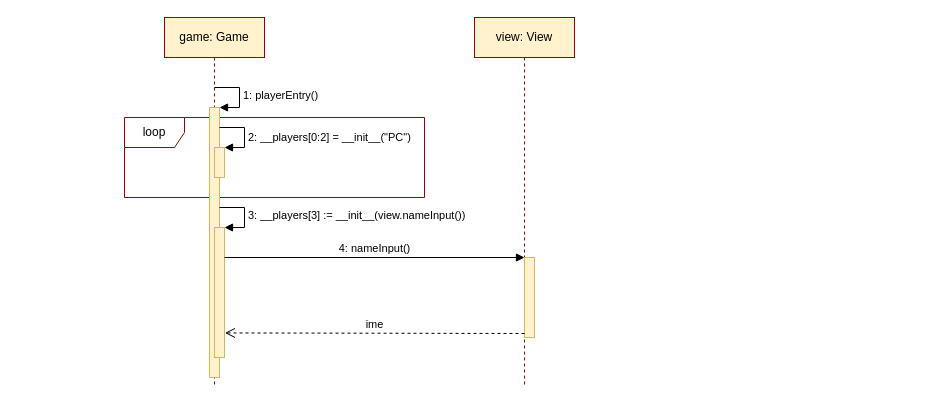
Above: page "Dijagram slijeda playerEntry" (14 of 17) of Dijagram.drawio in TheRealJoci/Tressette-Terminal-Card-Game (draw.io), before the change. Source tidied: cells renumbered, new cells numbered last; positions are measured from the earlier drawing's top-left corner, leaving out a move shared by most shapes. Both pictures are drawn from the tidied source at 100%, with x=0, y=0 at pixel (124, 17).
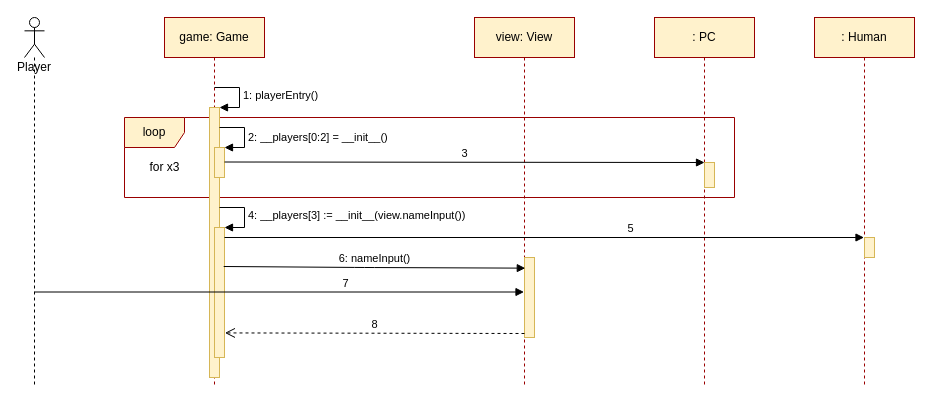
The same page after the edit.

The change refers to these unchanged cells:
```xml
<mxCell id="3" value="view: View" style="shape=umlLifeline;perimeter=lifelinePerimeter;whiteSpace=wrap;html=1;outlineConnect=0;fillColor=#fff2cc;strokeColor=#990000;" parent="1" vertex="1">
  <mxGeometry x="350" width="100" height="370" as="geometry" />
</mxCell>
<mxCell id="4" style="html=1;points=[];perimeter=orthogonalPerimeter;strokeColor=#d6b656;fillColor=#fff2cc;" parent="3" vertex="1">
  <mxGeometry x="50" y="240" width="10" height="80" as="geometry" />
</mxCell>
<mxCell id="7" style="html=1;points=[];perimeter=orthogonalPerimeter;strokeColor=#d6b656;fillColor=#fff2cc;" parent="1" vertex="1">
  <mxGeometry x="90" y="130" width="10" height="30" as="geometry" />
</mxCell>
<mxCell id="9" style="html=1;points=[];perimeter=orthogonalPerimeter;strokeColor=#d6b656;fillColor=#fff2cc;" parent="1" vertex="1">
  <mxGeometry x="90" y="210" width="10" height="130" as="geometry" />
</mxCell>
```

The edit, as a diff of the source:
```diff
@@
-    <mxCell id="2" value="loop" style="shape=umlFrame;whiteSpace=wrap;html=1;strokeColor=#990000;" parent="1" vertex="1">
-      <mxGeometry y="100" width="300" height="80" as="geometry" />
+    <mxCell id="2" value="loop" style="shape=umlFrame;whiteSpace=wrap;html=1;fillColor=#fff2cc;strokeColor=#990000;" parent="1" vertex="1">
+      <mxGeometry y="100" width="610" height="80" as="geometry" />
     </mxCell>
@@
-    <mxCell id="8" value="2: __players[0:2] = __init__(&quot;PC&quot;)" style="edgeStyle=orthogonalEdgeStyle;html=1;align=left;spacingLeft=2;endArrow=block;rounded=0;entryX=1;entryY=0;" parent="1" edge="1" target="7">
+    <mxCell id="8" value="2: __players[0:2] = __init__()" style="edgeStyle=orthogonalEdgeStyle;html=1;align=left;spacingLeft=2;endArrow=block;rounded=0;entryX=1;entryY=0;" parent="1" edge="1" target="7">
       <mxGeometry x="0.08" relative="1" as="geometry">
         <mxPoint x="95" y="110" as="sourcePoint" />
         <Array as="points">
           <mxPoint x="120" y="110" />
         </Array>
       </mxGeometry>
     </mxCell>
@@
-    <mxCell id="10" value="3: __players[3] := __init__(view.nameInput())" style="edgeStyle=orthogonalEdgeStyle;html=1;align=left;spacingLeft=2;endArrow=block;rounded=0;entryX=1;entryY=0;" parent="1" edge="1" target="9">
+    <mxCell id="10" value="4: __players[3] := __init__(view.nameInput())" style="edgeStyle=orthogonalEdgeStyle;html=1;align=left;spacingLeft=2;endArrow=block;rounded=0;entryX=1;entryY=0;" parent="1" edge="1" target="9">
       <mxGeometry relative="1" as="geometry">
         <mxPoint x="95" y="190" as="sourcePoint" />
         <Array as="points">
           <mxPoint x="120" y="190" />
         </Array>
       </mxGeometry>
     </mxCell>
@@
-    <mxCell id="12" value="4: nameInput()" style="html=1;verticalAlign=bottom;endArrow=block;entryX=0;entryY=0;strokeColor=#000000;" parent="1" edge="1" target="4">
+    <mxCell id="12" value="6: nameInput()" style="html=1;verticalAlign=bottom;endArrow=block;entryX=0.08;entryY=0.133;strokeColor=#000000;exitX=0.92;exitY=0.3;exitDx=0;exitDy=0;exitPerimeter=0;entryDx=0;entryDy=0;entryPerimeter=0;" parent="1" edge="1" source="9" target="4">
       <mxGeometry relative="1" as="geometry">
-        <mxPoint x="100" y="240" as="sourcePoint" />
+        <Array as="points">
+          <mxPoint x="240" y="250" />
+        </Array>
       </mxGeometry>
     </mxCell>
-    <mxCell id="13" value="ime" style="html=1;verticalAlign=bottom;endArrow=open;dashed=1;endSize=8;exitX=0;exitY=0.95;strokeColor=#000000;entryX=1.04;entryY=0.811;entryDx=0;entryDy=0;entryPerimeter=0;" parent="1" edge="1" source="4" target="9">
+    <mxCell id="13" value="8" style="html=1;verticalAlign=bottom;endArrow=open;dashed=1;endSize=8;exitX=0;exitY=0.95;strokeColor=#000000;entryX=1.04;entryY=0.811;entryDx=0;entryDy=0;entryPerimeter=0;" parent="1" edge="1" source="4" target="9">
       <mxGeometry relative="1" as="geometry" />
     </mxCell>
+    <mxCell id="14" value="Player" style="shape=umlLifeline;participant=umlActor;perimeter=lifelinePerimeter;whiteSpace=wrap;html=1;verticalAlign=top;spacingTop=36;size=40;" parent="1" vertex="1">
+      <mxGeometry x="-100" width="20" height="370" as="geometry" />
+    </mxCell>
+    <mxCell id="15" value="7" style="html=1;verticalAlign=bottom;endArrow=block;strokeColor=#000000;" parent="1" edge="1" target="3">
+      <mxGeometry x="0.27" relative="1" as="geometry">
+        <mxPoint x="-90" y="274.5" as="sourcePoint" />
+      </mxGeometry>
+    </mxCell>
+    <mxCell id="16" value=": PC" style="shape=umlLifeline;perimeter=lifelinePerimeter;whiteSpace=wrap;html=1;fillColor=#fff2cc;strokeColor=#990000;" parent="1" vertex="1">
+      <mxGeometry x="530" width="100" height="370" as="geometry" />
+    </mxCell>
+    <mxCell id="17" style="html=1;perimeter=orthogonalPerimeter;strokeColor=#d6b656;fillColor=#fff2cc;" parent="16" vertex="1">
+      <mxGeometry x="50" y="145" width="10" height="25" as="geometry" />
+    </mxCell>
+    <mxCell id="18" value=": Human" style="shape=umlLifeline;perimeter=lifelinePerimeter;whiteSpace=wrap;html=1;outlineConnect=0;fillColor=#fff2cc;strokeColor=#990000;" parent="1" vertex="1">
+      <mxGeometry x="690" width="100" height="370" as="geometry" />
+    </mxCell>
+    <mxCell id="19" style="html=1;perimeter=orthogonalPerimeter;strokeColor=#d6b656;fillColor=#fff2cc;" parent="18" vertex="1">
+      <mxGeometry x="50" y="220" width="10" height="20" as="geometry" />
+    </mxCell>
+    <mxCell id="20" value="3" style="html=1;verticalAlign=bottom;endArrow=block;strokeColor=#000000;" parent="1" edge="1">
+      <mxGeometry relative="1" as="geometry">
+        <mxPoint x="100" y="144.5" as="sourcePoint" />
+        <mxPoint x="580" y="145" as="targetPoint" />
+      </mxGeometry>
+    </mxCell>
+    <mxCell id="21" value="5" style="html=1;verticalAlign=bottom;endArrow=block;strokeColor=#000000;" parent="1" edge="1" target="18">
+      <mxGeometry x="0.27" relative="1" as="geometry">
+        <mxPoint x="100" y="220" as="sourcePoint" />
+      </mxGeometry>
+    </mxCell>
+    <mxCell id="22" value="for x3" style="text;html=1;align=center;verticalAlign=middle;" parent="1" vertex="1">
+      <mxGeometry x="15" y="140" width="50" height="20" as="geometry" />
+    </mxCell>
```
